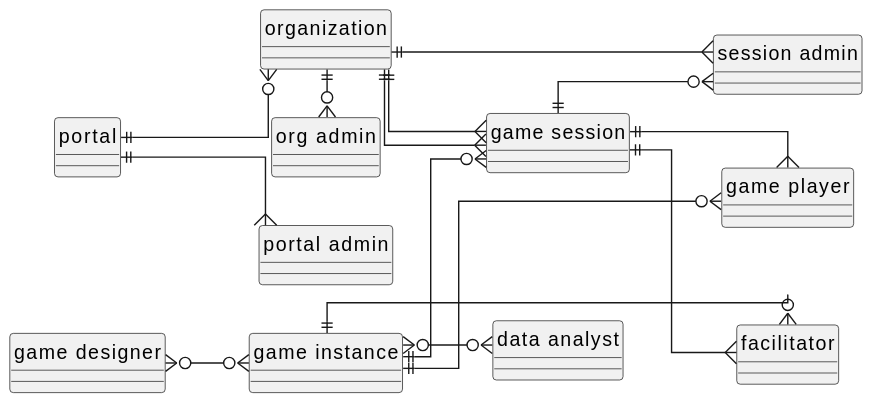
This is doc/1-scope/diagrams/stakeholders.svg from averbraeck/gscg-design, a PlantUML export, as it was before one commit.
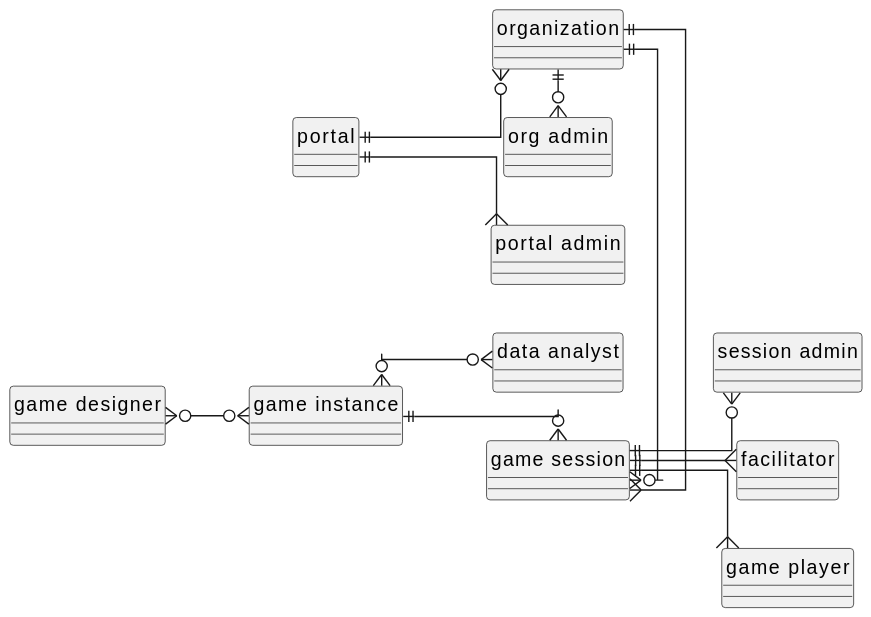
The same diagram one commit later.

Change to the diagram source:
```diff
@@ -16,18 +16,15 @@
 entity "data analyst" as analyst { }
 entity "game player" as player { }
 
+game ||--o{ session
 portal ||--{ padmin
+portal ||--o{ organization
 organization ||-o{ oadmin
-portal ||--o{ organization
-designer }o--o{ game
-game ||--o{ session
-session }--|| organization
-game ||--o{ player
-game ||--o{ facilitator
-game }o--o{ analyst
+organization ||-o{ session
 session ||--{ player
 session ||--{ facilitator
 session ||--o{ sadmin
-organization ||--{ sadmin
 organization ||--{ session
+designer }o--o{ game
+game }o--o{ analyst
 @enduml
```
